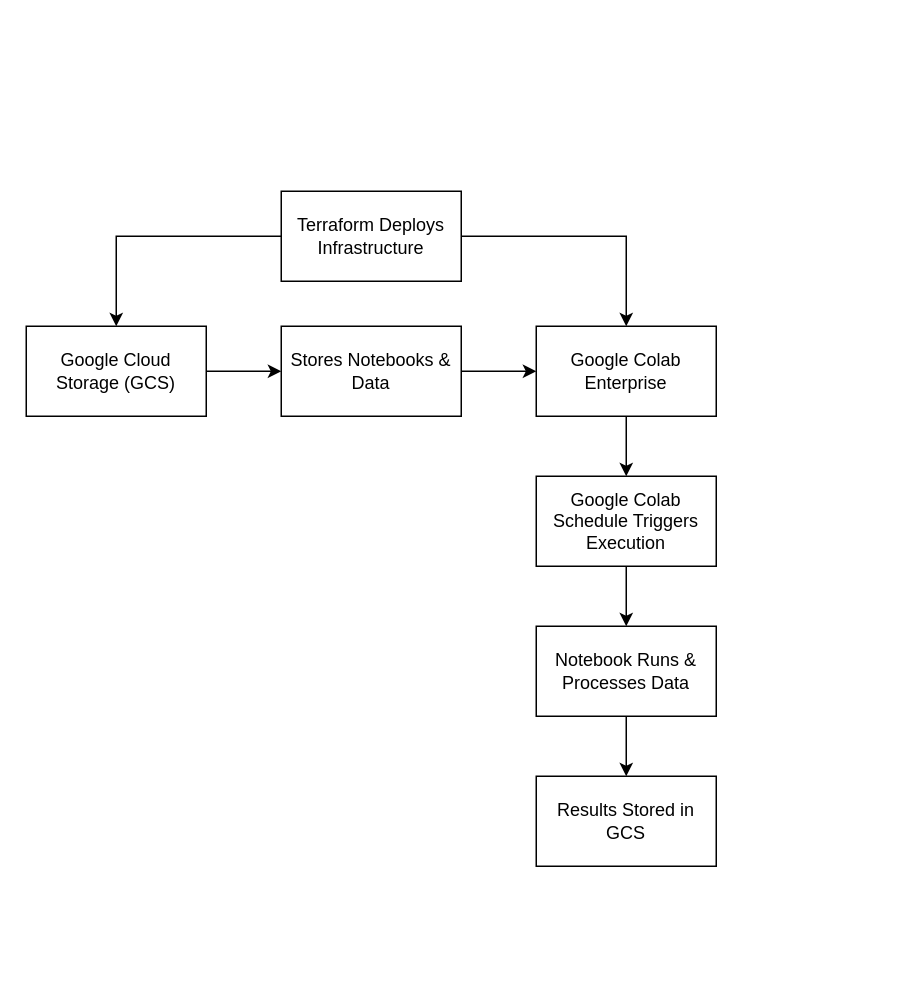
The draw.io diagram page "GCP" (1 of 4) of Google_Meridian_GCP.drawio in PerpetualTechnologies/meridian-gcp-infra, before the edit. Source tidied: cells renumbered, new cells numbered last; positions are measured from the earlier drawing's top-left corner, leaving out a move shared by most shapes. Both pictures are drawn from the tidied source at 150%, with x=0, y=0 at pixel (26, 190).
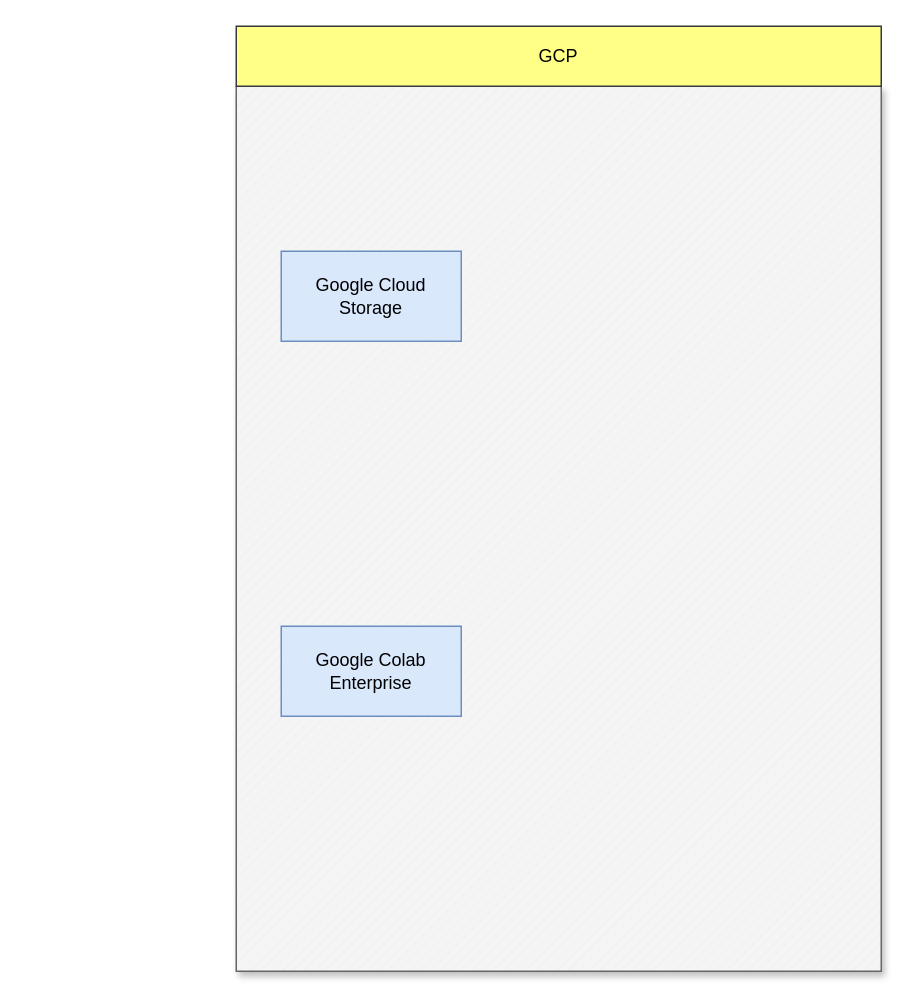
The same diagram, later.

The edit, as a diff of the source:
```diff
@@
 <mxGraphModel>
   <root>
     <mxCell id="0" />
     <mxCell id="1" parent="0" />
-    <mxCell id="2" style="edgeStyle=orthogonalEdgeStyle;rounded=0;jettySize=auto;html=1;entryX=0.5;entryY=0;entryDx=0;entryDy=0;" parent="1" edge="1" source="4" target="6">
-      <mxGeometry relative="1" as="geometry" />
-    </mxCell>
-    <mxCell id="3" style="edgeStyle=orthogonalEdgeStyle;rounded=0;jettySize=auto;html=1;" parent="1" edge="1" source="4" target="10">
-      <mxGeometry relative="1" as="geometry" />
-    </mxCell>
-    <mxCell id="4" value="Terraform Deploys Infrastructure" style="rounded=0;whiteSpace=wrap;html=1;" parent="1" vertex="1">
-      <mxGeometry x="170" width="120" height="60" as="geometry" />
-    </mxCell>
-    <mxCell id="5" style="edgeStyle=orthogonalEdgeStyle;rounded=0;jettySize=auto;html=1;entryX=0;entryY=0.5;entryDx=0;entryDy=0;" parent="1" edge="1" source="6" target="8">
-      <mxGeometry relative="1" as="geometry" />
-    </mxCell>
+    <mxCell id="16" style="verticalLabelPosition=bottom;verticalAlign=top;html=1;shape=mxgraph.basic.patternFillRect;fillStyle=diag;step=5;fillStrokeWidth=0.2;fillStrokeColor=#dddddd;shadow=1;fillColor=#f5f5f5;fontColor=#333333;strokeColor=#666666;" parent="1" vertex="1">
+      <mxGeometry x="140" y="-70" width="430" height="590" as="geometry" />
+    </mxCell>
-    <mxCell id="6" value="Google Cloud Storage (GCS)" style="rounded=0;whiteSpace=wrap;html=1;" parent="1" vertex="1">
-      <mxGeometry y="90" width="120" height="60" as="geometry" />
+    <mxCell id="6" value="&lt;font style=&quot;color: rgb(0, 0, 0);&quot;&gt;Google Cloud Storage&lt;/font&gt;" style="rounded=0;whiteSpace=wrap;html=1;fillColor=#dae8fc;strokeColor=#6c8ebf;" parent="1" vertex="1">
+      <mxGeometry x="170" y="40" width="120" height="60" as="geometry" />
     </mxCell>
-    <mxCell id="7" style="edgeStyle=orthogonalEdgeStyle;rounded=0;jettySize=auto;html=1;entryX=0;entryY=0.5;entryDx=0;entryDy=0;" parent="1" edge="1" source="8" target="10">
-      <mxGeometry relative="1" as="geometry" />
-    </mxCell>
-    <mxCell id="8" value="Stores Notebooks &amp;amp; Data" style="rounded=0;whiteSpace=wrap;html=1;" parent="1" vertex="1">
-      <mxGeometry x="170" y="90" width="120" height="60" as="geometry" />
-    </mxCell>
-    <mxCell id="9" style="edgeStyle=orthogonalEdgeStyle;rounded=0;jettySize=auto;html=1;" parent="1" edge="1" source="10" target="12">
-      <mxGeometry relative="1" as="geometry" />
-    </mxCell>
-    <mxCell id="10" value="Google Colab Enterprise" style="rounded=0;whiteSpace=wrap;html=1;" parent="1" vertex="1">
-      <mxGeometry x="340" y="90" width="120" height="60" as="geometry" />
+    <mxCell id="10" value="Google Colab Enterprise" style="rounded=0;whiteSpace=wrap;html=1;fillColor=#dae8fc;strokeColor=#6c8ebf;" parent="1" vertex="1">
+      <mxGeometry x="170" y="290" width="120" height="60" as="geometry" />
     </mxCell>
-    <mxCell id="11" style="edgeStyle=orthogonalEdgeStyle;rounded=0;jettySize=auto;html=1;" parent="1" edge="1" source="12" target="14">
-      <mxGeometry relative="1" as="geometry" />
-    </mxCell>
-    <mxCell id="12" value="Google Colab Schedule Triggers Execution" style="rounded=0;whiteSpace=wrap;html=1;" parent="1" vertex="1">
-      <mxGeometry x="340" y="190" width="120" height="60" as="geometry" />
-    </mxCell>
-    <mxCell id="13" style="edgeStyle=orthogonalEdgeStyle;rounded=0;jettySize=auto;html=1;entryX=0.5;entryY=0;entryDx=0;entryDy=0;" parent="1" edge="1" source="14" target="15">
-      <mxGeometry relative="1" as="geometry" />
-    </mxCell>
-    <mxCell id="14" value="Notebook Runs &amp;amp; Processes Data" style="rounded=0;whiteSpace=wrap;html=1;" parent="1" vertex="1">
-      <mxGeometry x="340" y="290" width="120" height="60" as="geometry" />
-    </mxCell>
-    <mxCell id="15" value="Results Stored in GCS" style="rounded=0;whiteSpace=wrap;html=1;" parent="1" vertex="1">
-      <mxGeometry x="340" y="390" width="120" height="60" as="geometry" />
-    </mxCell>
+    <mxCell id="17" value="GCP" style="rounded=0;whiteSpace=wrap;html=1;fillColor=#ffff88;strokeColor=#36393d;" parent="1" vertex="1">
+      <mxGeometry x="140" y="-110" width="430" height="40" as="geometry" />
+    </mxCell>
   </root>
 </mxGraphModel>
```
